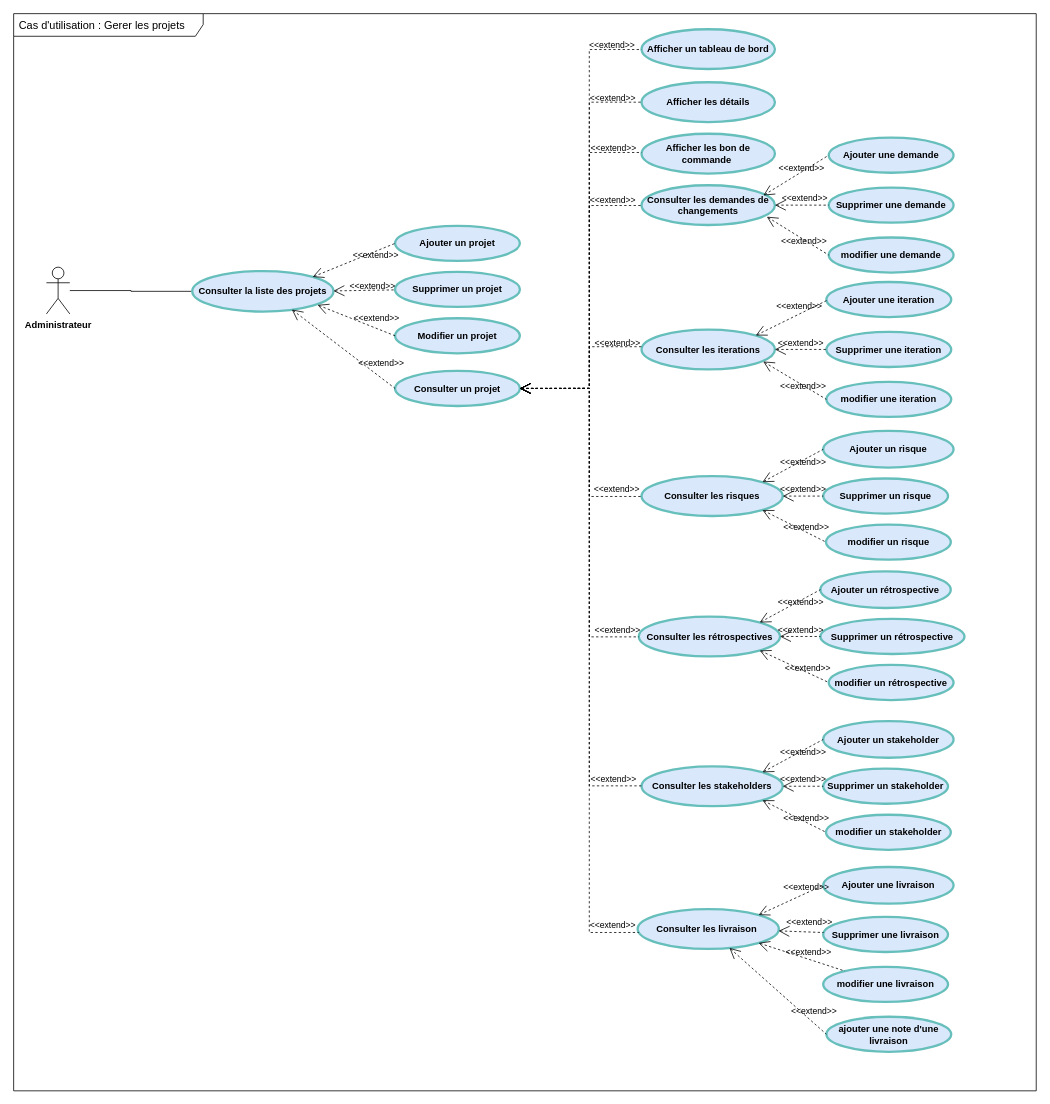
Earlier version of the draw.io diagram Project Use Case.drawio (ZidiMedAmine/UML). Source tidied: cells renumbered, new cells numbered last; positions are measured from the earlier drawing's top-left corner, leaving out a move shared by most shapes. Both pictures are drawn from the tidied source at 78%, with x=0, y=0 at pixel (13, 13).
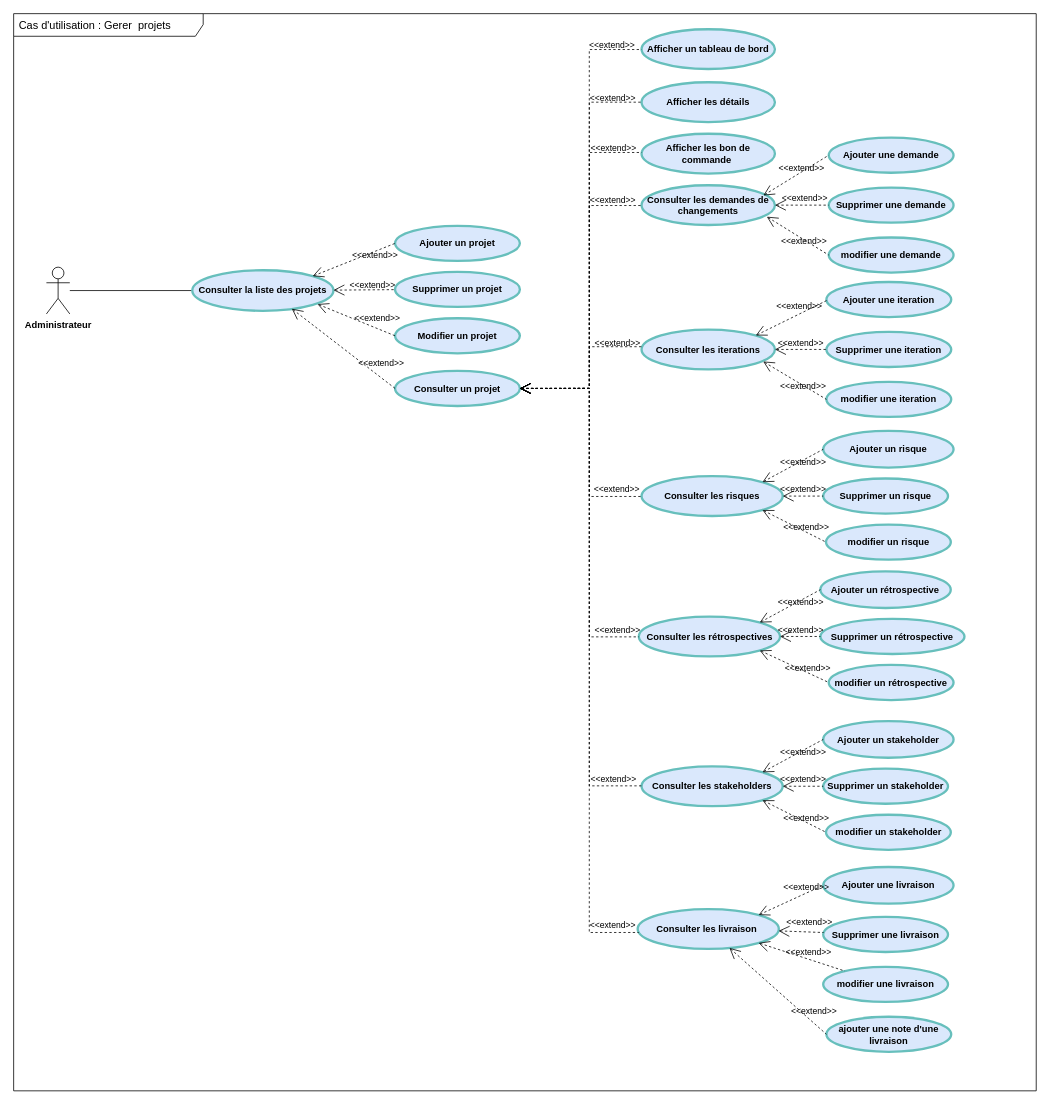
Above is the later version.

The edit, as a diff of the source:
```diff
@@
-    <mxCell id="2" value="&lt;div style=&quot;text-align: center&quot;&gt;&lt;span&gt;Cas d'utilisation : Gerer les projets&lt;/span&gt;&lt;/div&gt;" style="shape=umlFrame;tabPosition=left;html=1;boundedLbl=1;labelInHeader=1;width=243;height=29;swimlaneFillColor=#ffffff;align=left;spacingLeft=5;fontSize=14;" parent="1" vertex="1">
+    <mxCell id="2" value="&lt;div style=&quot;text-align: center&quot;&gt;&lt;span&gt;Cas d'utilisation : Gerer&amp;nbsp; projets&lt;/span&gt;&lt;/div&gt;" style="shape=umlFrame;tabPosition=left;html=1;boundedLbl=1;labelInHeader=1;width=243;height=29;swimlaneFillColor=#ffffff;align=left;spacingLeft=5;fontSize=14;" parent="1" vertex="1">
       <mxGeometry width="1311" height="1381" as="geometry" />
     </mxCell>
@@
     <mxCell id="12" value="Consulter la liste des projets" style="shape=ellipse;html=1;strokeWidth=3;fontStyle=1;whiteSpace=wrap;align=center;perimeter=ellipsePerimeter;fillColor=#dae8fc;strokeColor=#67BFBC;" parent="1" vertex="1">
-      <mxGeometry x="229" y="330" width="181" height="52" as="geometry" />
+      <mxGeometry x="229" y="329" width="181" height="52" as="geometry" />
     </mxCell>
```
